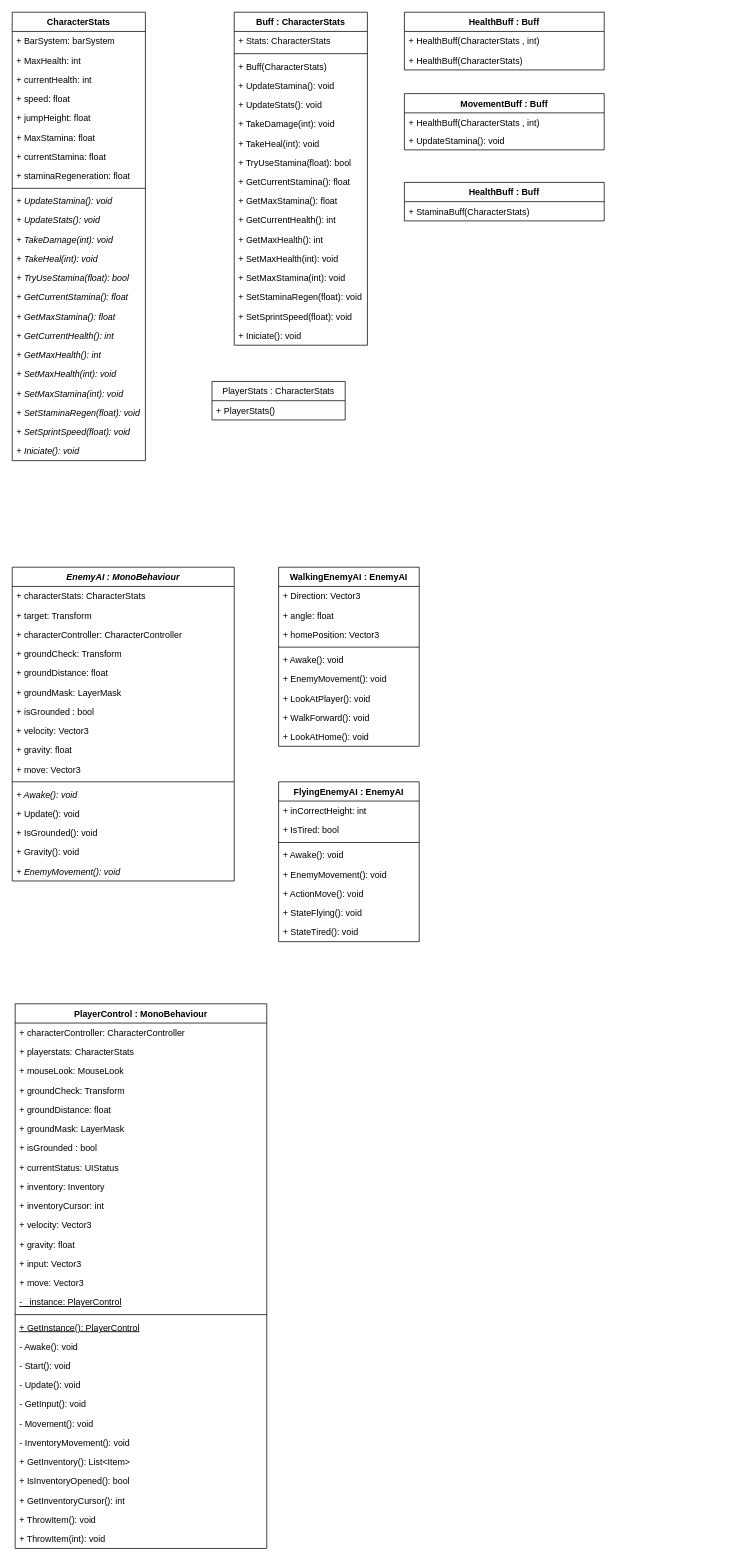
Above: Untitled Diagram.drawio in VizorTank/BestPapersEver (draw.io), before the change. Source tidied: cells renumbered, new cells numbered last; positions are measured from the earlier drawing's top-left corner, leaving out a move shared by most shapes. Both pictures are drawn from the tidied source at 74%, with x=0, y=0 at pixel (12, 12).
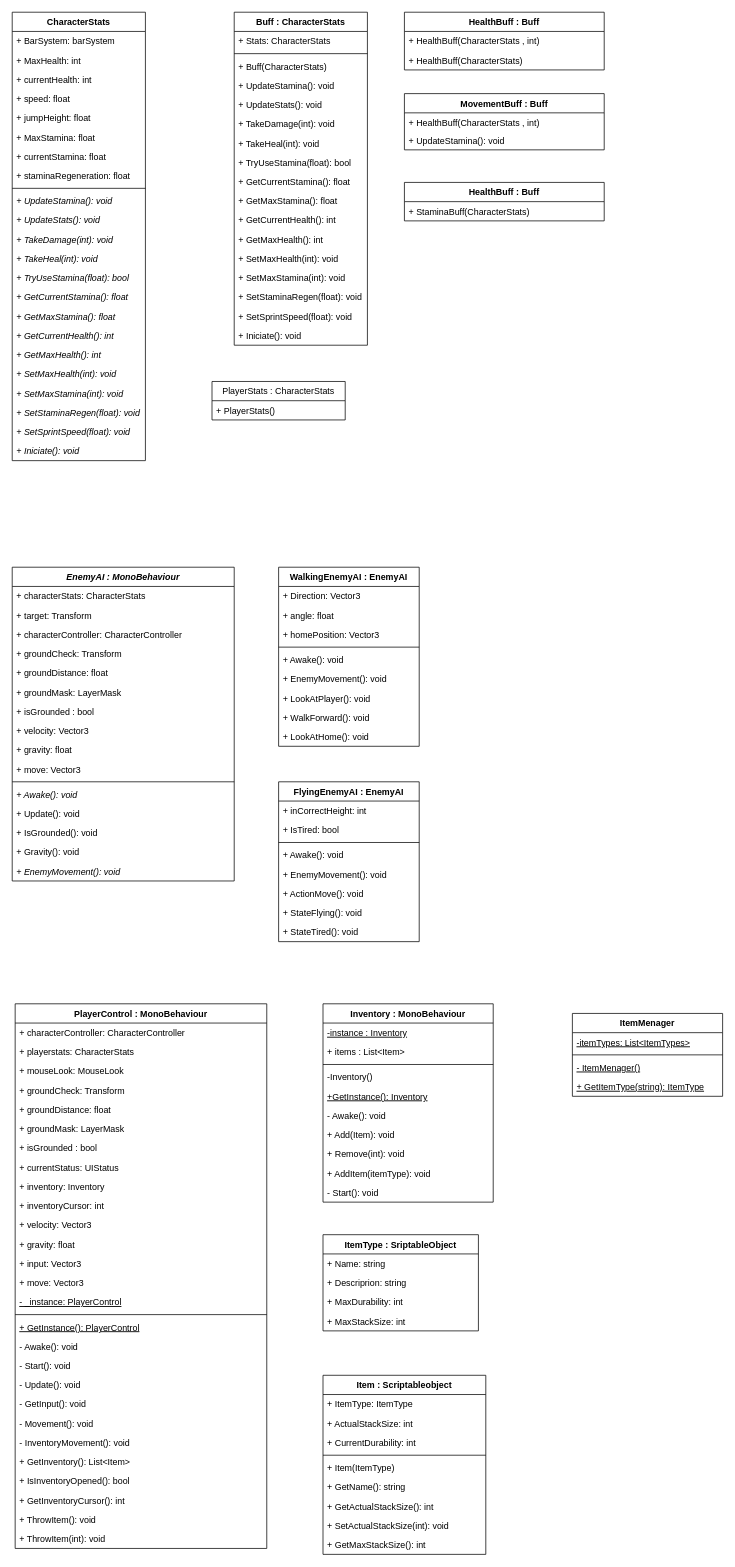
Above is the later version.

Diff of the diagram source:
```diff
@@
+    <mxCell id="119" value="Inventory : MonoBehaviour" style="swimlane;fontStyle=1;align=center;verticalAlign=top;horizontal=1;startSize=26;" parent="1" vertex="1">
+      <mxGeometry x="420" y="1340" width="230" height="268" as="geometry" />
+    </mxCell>
+    <mxCell id="120" value="-instance : Inventory" style="text;strokeColor=none;fillColor=none;align=left;verticalAlign=top;spacingLeft=4;spacingRight=4;overflow=hidden;fontStyle=4;" parent="119" vertex="1">
+      <mxGeometry y="26" width="230" height="26" as="geometry" />
+    </mxCell>
+    <mxCell id="121" value="+ items : List&lt;Item&gt;" style="text;strokeColor=none;fillColor=none;align=left;verticalAlign=top;spacingLeft=4;spacingRight=4;overflow=hidden;" parent="119" vertex="1">
+      <mxGeometry y="52" width="230" height="26" as="geometry" />
+    </mxCell>
+    <mxCell id="122" style="line;strokeWidth=1;fillColor=none;align=left;verticalAlign=middle;spacingTop=-1;spacingLeft=3;spacingRight=3;labelPosition=right;" parent="119" vertex="1">
+      <mxGeometry y="78" width="230" height="8" as="geometry" />
+    </mxCell>
+    <mxCell id="123" value="-Inventory()" style="text;strokeColor=none;fillColor=none;align=left;verticalAlign=top;spacingLeft=4;spacingRight=4;overflow=hidden;" parent="119" vertex="1">
+      <mxGeometry y="86" width="230" height="26" as="geometry" />
+    </mxCell>
+    <mxCell id="124" value="+GetInstance(): Inventory" style="text;strokeColor=none;fillColor=none;align=left;verticalAlign=top;spacingLeft=4;spacingRight=4;overflow=hidden;fontStyle=4;" parent="119" vertex="1">
+      <mxGeometry y="112" width="230" height="26" as="geometry" />
+    </mxCell>
+    <mxCell id="125" value="- Awake(): void" style="text;strokeColor=none;fillColor=none;align=left;verticalAlign=top;spacingLeft=4;spacingRight=4;overflow=hidden;" parent="119" vertex="1">
+      <mxGeometry y="138" width="230" height="26" as="geometry" />
+    </mxCell>
+    <mxCell id="126" value="+ Add(Item): void" style="text;strokeColor=none;fillColor=none;align=left;verticalAlign=top;spacingLeft=4;spacingRight=4;overflow=hidden;" parent="119" vertex="1">
+      <mxGeometry y="164" width="230" height="26" as="geometry" />
+    </mxCell>
+    <mxCell id="127" value="+ Remove(int): void" style="text;strokeColor=none;fillColor=none;align=left;verticalAlign=top;spacingLeft=4;spacingRight=4;overflow=hidden;" parent="119" vertex="1">
+      <mxGeometry y="190" width="230" height="26" as="geometry" />
+    </mxCell>
+    <mxCell id="128" value="+ AddItem(itemType): void" style="text;strokeColor=none;fillColor=none;align=left;verticalAlign=top;spacingLeft=4;spacingRight=4;overflow=hidden;" parent="119" vertex="1">
+      <mxGeometry y="216" width="230" height="26" as="geometry" />
+    </mxCell>
+    <mxCell id="129" value="- Start(): void" style="text;strokeColor=none;fillColor=none;align=left;verticalAlign=top;spacingLeft=4;spacingRight=4;overflow=hidden;" parent="119" vertex="1">
+      <mxGeometry y="242" width="230" height="26" as="geometry" />
+    </mxCell>
+    <mxCell id="130" value="ItemType : SriptableObject" style="swimlane;fontStyle=1;horizontal=1;startSize=26;fillColor=none;" parent="1" vertex="1">
+      <mxGeometry x="420" y="1652" width="210" height="130" as="geometry" />
+    </mxCell>
+    <mxCell id="131" value="+ Name: string" style="text;strokeColor=none;fillColor=none;align=left;verticalAlign=top;spacingLeft=4;spacingRight=4;overflow=hidden;" parent="130" vertex="1">
+      <mxGeometry y="26" width="210" height="26" as="geometry" />
+    </mxCell>
+    <mxCell id="132" value="+ Descriprion: string" style="text;strokeColor=none;fillColor=none;align=left;verticalAlign=top;spacingLeft=4;spacingRight=4;overflow=hidden;" parent="130" vertex="1">
+      <mxGeometry y="52" width="210" height="26" as="geometry" />
+    </mxCell>
+    <mxCell id="133" value="+ MaxDurability: int" style="text;strokeColor=none;fillColor=none;align=left;verticalAlign=top;spacingLeft=4;spacingRight=4;overflow=hidden;" parent="130" vertex="1">
+      <mxGeometry y="78" width="210" height="26" as="geometry" />
+    </mxCell>
+    <mxCell id="134" value="+ MaxStackSize: int" style="text;strokeColor=none;fillColor=none;align=left;verticalAlign=top;spacingLeft=4;spacingRight=4;overflow=hidden;" parent="130" vertex="1">
+      <mxGeometry y="104" width="210" height="26" as="geometry" />
+    </mxCell>
+    <mxCell id="135" value="Item : Scriptableobject" style="swimlane;fontStyle=1;align=center;verticalAlign=top;horizontal=1;startSize=26;" parent="1" vertex="1">
+      <mxGeometry x="420" y="1842" width="220" height="242" as="geometry" />
+    </mxCell>
+    <mxCell id="136" value="+ ItemType: ItemType" style="text;strokeColor=none;fillColor=none;align=left;verticalAlign=top;spacingLeft=4;spacingRight=4;overflow=hidden;" parent="135" vertex="1">
+      <mxGeometry y="26" width="220" height="26" as="geometry" />
+    </mxCell>
+    <mxCell id="137" value="+ ActualStackSize: int" style="text;strokeColor=none;fillColor=none;align=left;verticalAlign=top;spacingLeft=4;spacingRight=4;overflow=hidden;" parent="135" vertex="1">
+      <mxGeometry y="52" width="220" height="26" as="geometry" />
+    </mxCell>
+    <mxCell id="138" value="+ CurrentDurability: int" style="text;strokeColor=none;fillColor=none;align=left;verticalAlign=top;spacingLeft=4;spacingRight=4;overflow=hidden;" parent="135" vertex="1">
+      <mxGeometry y="78" width="220" height="26" as="geometry" />
+    </mxCell>
+    <mxCell id="139" style="line;strokeWidth=1;fillColor=none;align=left;verticalAlign=middle;spacingTop=-1;spacingLeft=3;spacingRight=3;labelPosition=right;" parent="135" vertex="1">
+      <mxGeometry y="104" width="220" height="8" as="geometry" />
+    </mxCell>
+    <mxCell id="140" value="+ Item(ItemType)" style="text;strokeColor=none;fillColor=none;align=left;verticalAlign=top;spacingLeft=4;spacingRight=4;overflow=hidden;" parent="135" vertex="1">
+      <mxGeometry y="112" width="220" height="26" as="geometry" />
+    </mxCell>
+    <mxCell id="141" value="+ GetName(): string" style="text;strokeColor=none;fillColor=none;align=left;verticalAlign=top;spacingLeft=4;spacingRight=4;overflow=hidden;" parent="135" vertex="1">
+      <mxGeometry y="138" width="220" height="26" as="geometry" />
+    </mxCell>
+    <mxCell id="142" value="+ GetActualStackSize(): int" style="text;strokeColor=none;fillColor=none;align=left;verticalAlign=top;spacingLeft=4;spacingRight=4;overflow=hidden;" parent="135" vertex="1">
+      <mxGeometry y="164" width="220" height="26" as="geometry" />
+    </mxCell>
+    <mxCell id="143" value="+ SetActualStackSize(int): void" style="text;strokeColor=none;fillColor=none;align=left;verticalAlign=top;spacingLeft=4;spacingRight=4;overflow=hidden;" parent="135" vertex="1">
+      <mxGeometry y="190" width="220" height="26" as="geometry" />
+    </mxCell>
+    <mxCell id="144" value="+ GetMaxStackSize(): int" style="text;strokeColor=none;fillColor=none;align=left;verticalAlign=top;spacingLeft=4;spacingRight=4;overflow=hidden;" parent="135" vertex="1">
+      <mxGeometry y="216" width="220" height="26" as="geometry" />
+    </mxCell>
+    <mxCell id="145" value="ItemMenager" style="swimlane;fontStyle=1;align=center;verticalAlign=top;horizontal=1;startSize=26;" parent="1" vertex="1">
+      <mxGeometry x="757" y="1353" width="203" height="112" as="geometry" />
+    </mxCell>
+    <mxCell id="146" value="-itemTypes: List&lt;ItemTypes&gt;" style="text;strokeColor=none;fillColor=none;align=left;verticalAlign=top;spacingLeft=4;spacingRight=4;overflow=hidden;fontStyle=4;" parent="145" vertex="1">
+      <mxGeometry y="26" width="203" height="26" as="geometry" />
+    </mxCell>
+    <mxCell id="147" style="line;strokeWidth=1;fillColor=none;align=left;verticalAlign=middle;spacingTop=-1;spacingLeft=3;spacingRight=3;labelPosition=right;" parent="145" vertex="1">
+      <mxGeometry y="52" width="203" height="8" as="geometry" />
+    </mxCell>
+    <mxCell id="148" value="- ItemMenager()" style="text;strokeColor=none;fillColor=none;align=left;verticalAlign=top;spacingLeft=4;spacingRight=4;overflow=hidden;fontStyle=4;" parent="145" vertex="1">
+      <mxGeometry y="60" width="203" height="26" as="geometry" />
+    </mxCell>
+    <mxCell id="149" value="+ GetItemType(string): ItemType" style="text;strokeColor=none;fillColor=none;align=left;verticalAlign=top;spacingLeft=4;spacingRight=4;overflow=hidden;fontStyle=4;" parent="145" vertex="1">
+      <mxGeometry y="86" width="203" height="26" as="geometry" />
+    </mxCell>
```
